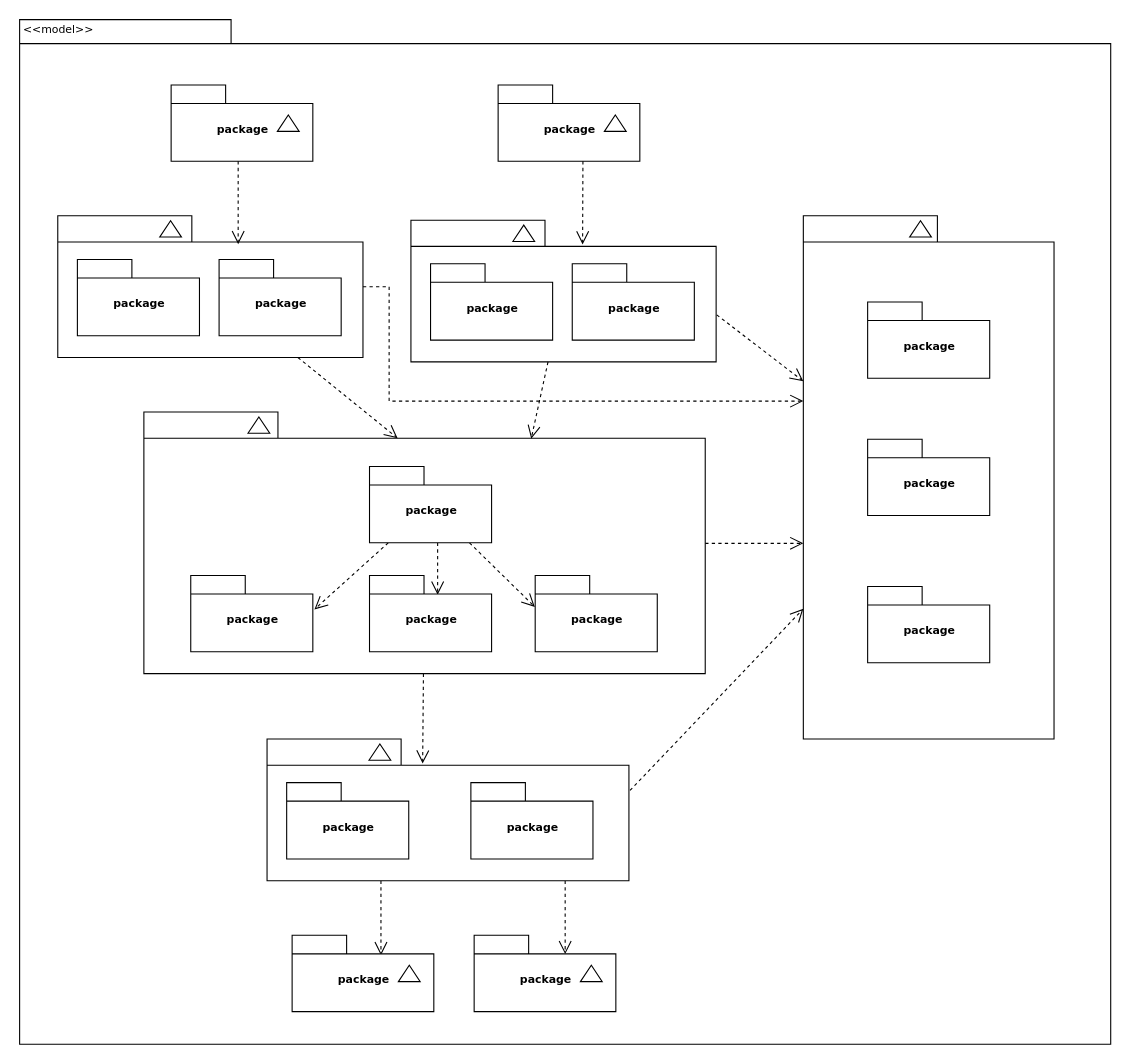
Above: Diagrama sem nome.drawio in Rodrigo-RRD/UML-Ananke (draw.io), before the change. Source tidied: cells renumbered, new cells numbered last; positions are measured from the earlier drawing's top-left corner, leaving out a move shared by most shapes. Both pictures are drawn from the tidied source at 109%, with x=0, y=0 at pixel (19, 19).
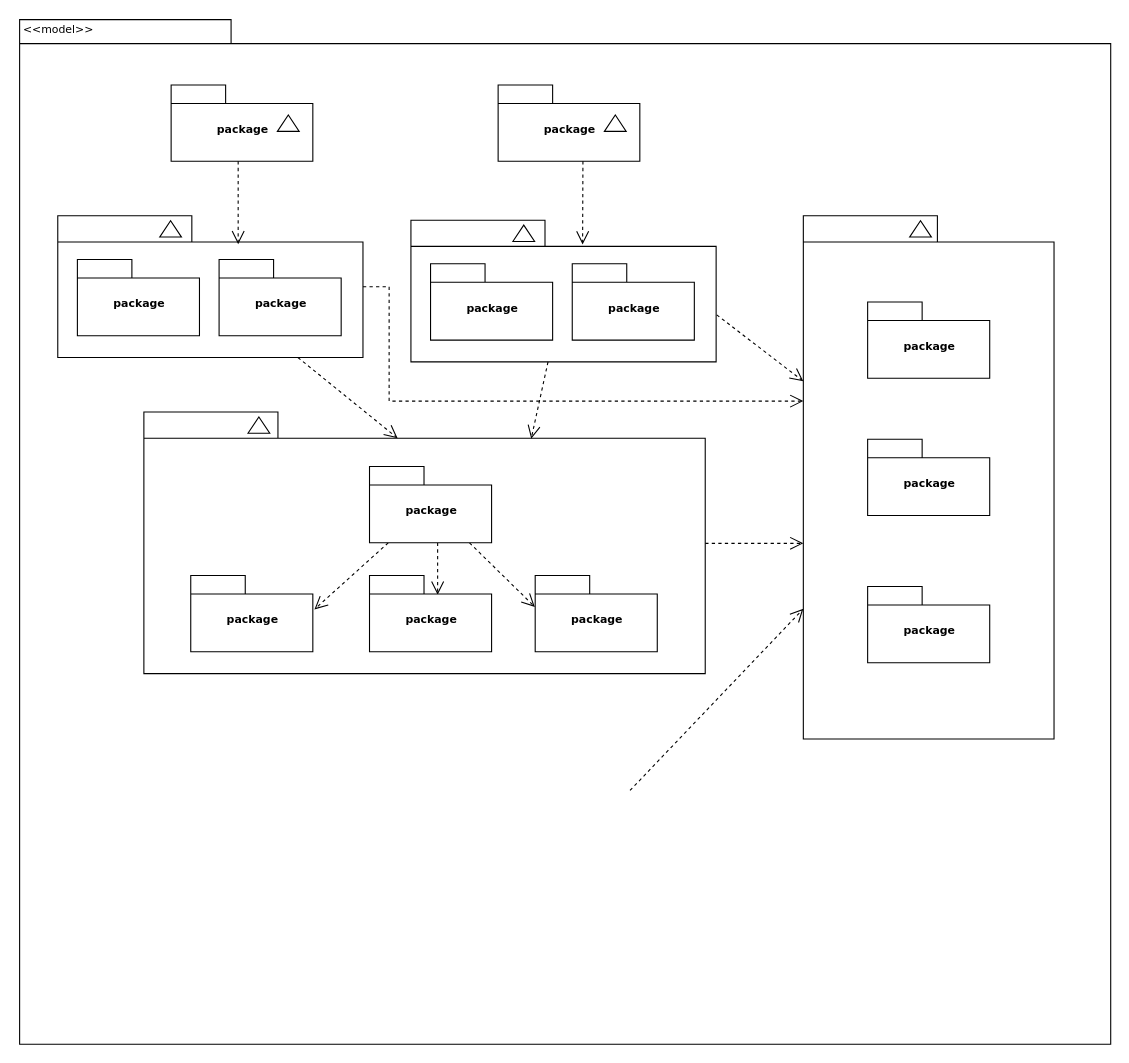
After the change.

Unchanged cells that the change refers to:
```xml
<mxCell id="21" style="shape=folder;fontStyle=1;spacingTop=10;tabWidth=123;tabHeight=24;tabPosition=left;html=1;rounded=0;shadow=0;comic=0;labelBackgroundColor=none;strokeWidth=1;fontFamily=Verdana;fontSize=10;align=center;" parent="20" vertex="1">
  <mxGeometry width="230" height="480" as="geometry" />
</mxCell>
<mxCell id="28" style="shape=folder;fontStyle=1;spacingTop=10;tabWidth=123;tabHeight=24;tabPosition=left;html=1;rounded=0;shadow=0;comic=0;labelBackgroundColor=none;strokeColor=#000000;strokeWidth=1;fillColor=#ffffff;fontFamily=Verdana;fontSize=10;fontColor=#000000;align=center;" parent="1" vertex="1">
  <mxGeometry x="114.5" y="360.5" width="515" height="240" as="geometry" />
</mxCell>
```

The edit, as a diff of the source:
```diff
@@
-    <mxCell id="26" style="edgeStyle=none;rounded=0;html=1;entryX=0.43;entryY=0.173;entryPerimeter=0;dashed=1;labelBackgroundColor=none;startFill=0;endArrow=open;endFill=0;endSize=10;fontFamily=Verdana;fontSize=10;" parent="1" edge="1" source="28" target="39">
-      <mxGeometry relative="1" as="geometry" />
-    </mxCell>
@@
-    <mxCell id="36" style="edgeStyle=elbowEdgeStyle;rounded=0;html=1;entryX=0.628;entryY=0.26;entryPerimeter=0;dashed=1;labelBackgroundColor=none;startFill=0;endArrow=open;endFill=0;endSize=10;fontFamily=Verdana;fontSize=10;" parent="1" edge="1" source="39" target="45">
-      <mxGeometry relative="1" as="geometry" />
-    </mxCell>
-    <mxCell id="37" style="edgeStyle=elbowEdgeStyle;rounded=0;html=1;entryX=0.643;entryY=0.246;entryPerimeter=0;dashed=1;labelBackgroundColor=none;startFill=0;endArrow=open;endFill=0;endSize=10;fontFamily=Verdana;fontSize=10;" parent="1" edge="1" source="39" target="48">
-      <mxGeometry relative="1" as="geometry" />
-    </mxCell>
-    <mxCell id="38" style="edgeStyle=none;rounded=0;html=1;dashed=1;labelBackgroundColor=none;startFill=0;endArrow=open;endFill=0;endSize=10;fontFamily=Verdana;fontSize=10;exitX=1.003;exitY=0.363;exitPerimeter=0;" parent="1" edge="1" source="39" target="21">
-      <mxGeometry relative="1" as="geometry" />
+    <mxCell id="38" style="edgeStyle=none;rounded=0;html=1;dashed=1;labelBackgroundColor=none;startFill=0;endArrow=open;endFill=0;endSize=10;fontFamily=Verdana;fontSize=10;exitX=1.003;exitY=0.363;exitPerimeter=0;" parent="1" edge="1" target="21">
+      <mxGeometry relative="1" as="geometry">
+        <mxPoint x="560.5" y="707.7" as="sourcePoint" />
+      </mxGeometry>
     </mxCell>
-    <mxCell id="39" style="shape=folder;fontStyle=1;spacingTop=10;tabWidth=123;tabHeight=24;tabPosition=left;html=1;rounded=0;shadow=0;comic=0;labelBackgroundColor=none;strokeWidth=1;fontFamily=Verdana;fontSize=10;align=center;" parent="1" vertex="1">
-      <mxGeometry x="227.5" y="660.5" width="332" height="130" as="geometry" />
-    </mxCell>
-    <mxCell id="40" style="triangle;whiteSpace=wrap;html=1;rounded=0;shadow=0;comic=0;labelBackgroundColor=none;strokeWidth=1;fontFamily=Verdana;fontSize=10;align=center;rotation=-90;" parent="1" vertex="1">
-      <mxGeometry x="323.5" y="662.5" width="15" height="20" as="geometry" />
-    </mxCell>
-    <mxCell id="41" value="package" style="shape=folder;fontStyle=1;spacingTop=10;tabWidth=50;tabHeight=17;tabPosition=left;html=1;rounded=0;shadow=0;comic=0;labelBackgroundColor=none;strokeWidth=1;fontFamily=Verdana;fontSize=10;align=center;" parent="1" vertex="1">
-      <mxGeometry x="245.5" y="700.5" width="112" height="70" as="geometry" />
-    </mxCell>
-    <mxCell id="42" value="package" style="shape=folder;fontStyle=1;spacingTop=10;tabWidth=50;tabHeight=17;tabPosition=left;html=1;rounded=0;shadow=0;comic=0;labelBackgroundColor=none;strokeWidth=1;fontFamily=Verdana;fontSize=10;align=center;" parent="1" vertex="1">
-      <mxGeometry x="414.5" y="700.5" width="112" height="70" as="geometry" />
-    </mxCell>
@@
-    <mxCell id="44" style="group;" parent="1" vertex="1">
-      <mxGeometry x="250.5" y="840.6" width="130" height="70" as="geometry" />
-    </mxCell>
-    <mxCell id="45" value="package" style="shape=folder;fontStyle=1;spacingTop=10;tabWidth=50;tabHeight=17;tabPosition=left;html=1;rounded=0;shadow=0;comic=0;labelBackgroundColor=none;strokeWidth=1;fontFamily=Verdana;fontSize=10;align=center;" parent="44" vertex="1">
-      <mxGeometry width="130" height="70" as="geometry" />
-    </mxCell>
-    <mxCell id="46" style="triangle;whiteSpace=wrap;html=1;rounded=0;shadow=0;comic=0;labelBackgroundColor=none;strokeWidth=1;fontFamily=Verdana;fontSize=10;align=center;rotation=-90;" parent="44" vertex="1">
-      <mxGeometry x="100" y="25" width="15" height="20" as="geometry" />
-    </mxCell>
-    <mxCell id="47" style="group;" parent="1" vertex="1">
-      <mxGeometry x="417.5" y="840.6" width="130" height="70" as="geometry" />
-    </mxCell>
-    <mxCell id="48" value="package" style="shape=folder;fontStyle=1;spacingTop=10;tabWidth=50;tabHeight=17;tabPosition=left;html=1;rounded=0;shadow=0;comic=0;labelBackgroundColor=none;strokeWidth=1;fontFamily=Verdana;fontSize=10;align=center;" parent="47" vertex="1">
-      <mxGeometry width="130" height="70" as="geometry" />
-    </mxCell>
-    <mxCell id="49" style="triangle;whiteSpace=wrap;html=1;rounded=0;shadow=0;comic=0;labelBackgroundColor=none;strokeWidth=1;fontFamily=Verdana;fontSize=10;align=center;rotation=-90;" parent="47" vertex="1">
-      <mxGeometry x="100" y="25" width="15" height="20" as="geometry" />
-    </mxCell>
```
